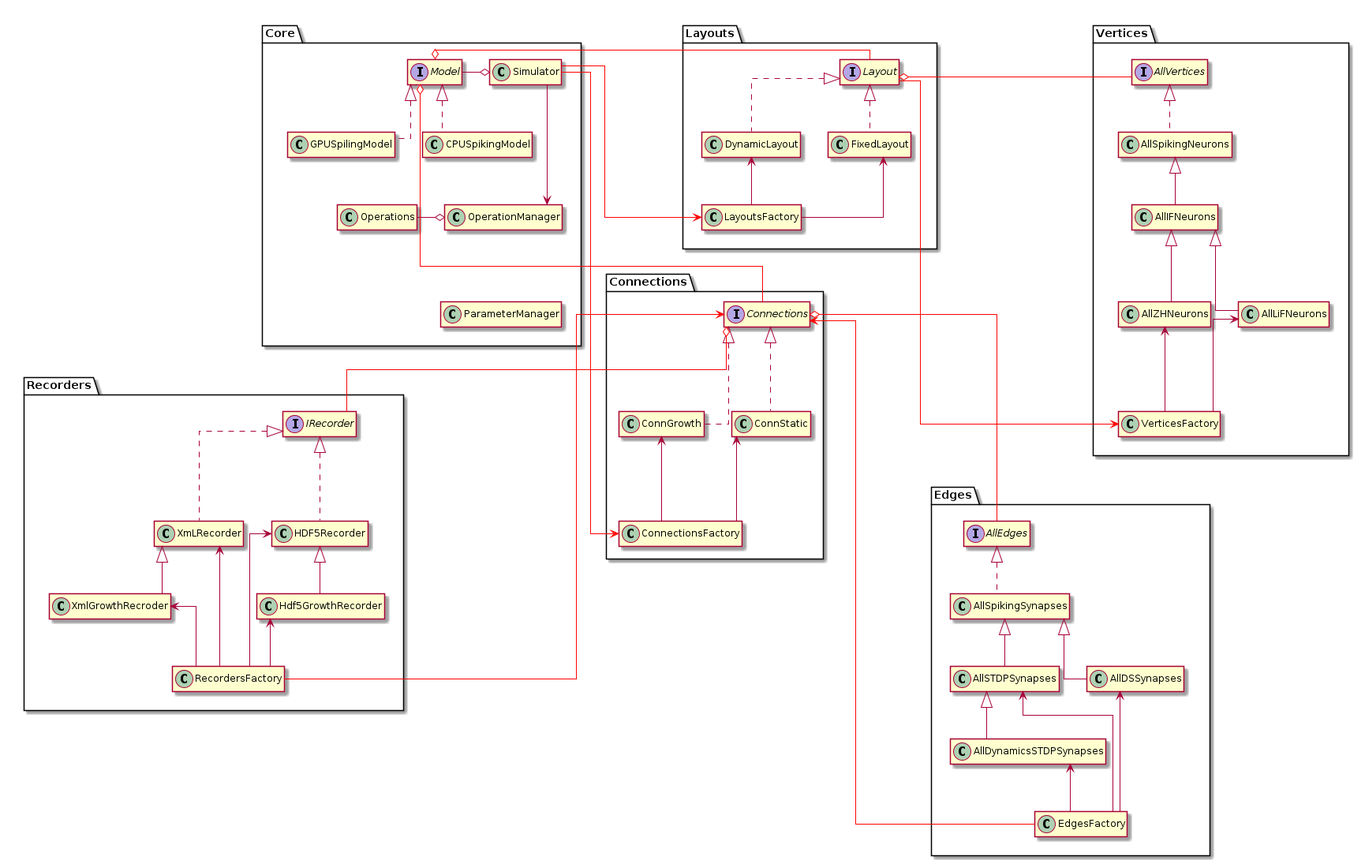
Before: docs/Developer/ClassDiagrams/diagrams/package UML.png, a diagram exported from PlantUML (UWB-Biocomputing/Graphitti).
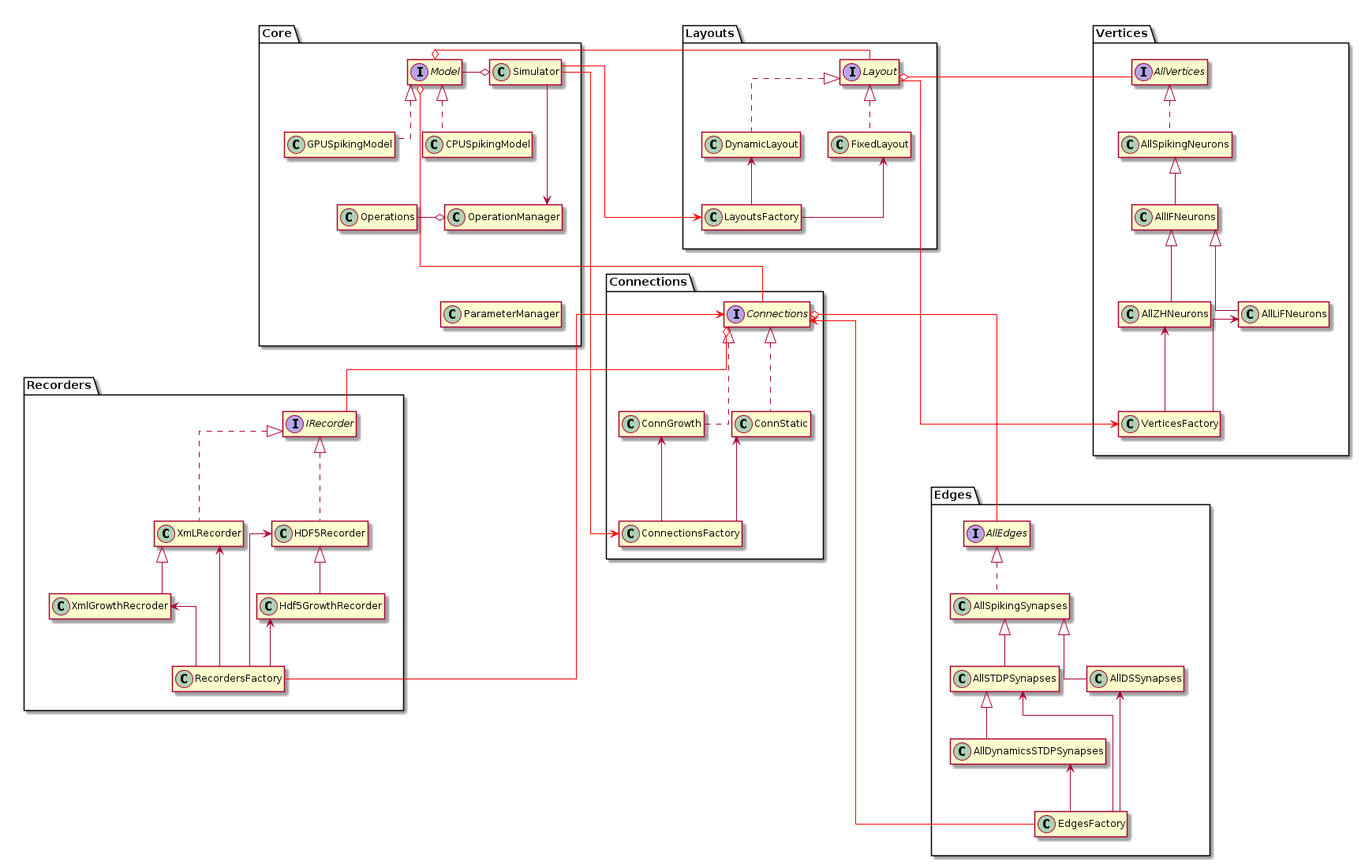
After the change.

Commit message:
Generate SVG and PNG images for PlantUML diagrams

Change to the diagram source:
```diff
@@ -6,7 +6,7 @@
 package Core{
    class Simulator
    class CPUSpikingModel implements Model
-	class GPUSpilingModel implements Model
+	class GPUSpikingModel implements Model
 	class Operations
 	class OperationManager
 	class ParameterManager
@@ -15,9 +15,9 @@
 	Operations -right-o OperationManager
 	Simulator ---> OperationManager
 
-	CPUSpikingModel-[hidden]right>GPUSpilingModel
-	CPUSpikingModel-[hidden]->Operations
-   OperationManager -[hidden]->ParameterManager
+	CPUSpikingModel -[hidden]right> GPUSpikingModel
+	CPUSpikingModel -[hidden]-> Operations
+   OperationManager -[hidden]-> ParameterManager
 }
 
 package Layouts{
@@ -25,7 +25,7 @@
 	class DynamicLayout implements Layout
 	class LayoutsFactory
 	FixedLayout <-- LayoutsFactory
-	DynamicLayout<-- LayoutsFactory
+	DynamicLayout <-- LayoutsFactory
 }
 
 package Vertices{
@@ -34,8 +34,8 @@
 	class AllLiFNeurons extends AllIFNeurons
 	class AllZHNeurons extends AllIFNeurons
 	class VerticesFactory
-	VerticesFactory -up->AllLiFNeurons
-	VerticesFactory -up->AllZHNeurons
+	VerticesFactory -up-> AllLiFNeurons
+	VerticesFactory -up-> AllZHNeurons
 }
 
 package Recorders{
@@ -45,9 +45,9 @@
 	class Hdf5GrowthRecorder extends HDF5Recorder
 	class RecordersFactory
 	XmLRecorder <-- RecordersFactory
-	HDF5Recorder<-- RecordersFactory
-	XmlGrowthRecroder<-- RecordersFactory
-	Hdf5GrowthRecorder<-- RecordersFactory
+	HDF5Recorder <-- RecordersFactory
+	XmlGrowthRecroder <-- RecordersFactory
+	Hdf5GrowthRecorder <-- RecordersFactory
 }
 
 package Connections{
@@ -64,19 +64,19 @@
 	class AllDSSynapses extends AllSpikingSynapses
 	class AllDynamicsSTDPSynapses extends AllSTDPSynapses
 	class EdgesFactory
-	EdgesFactory --up->AllSTDPSynapses
-	EdgesFactory --up->AllDSSynapses
-	EdgesFactory --up>AllDynamicsSTDPSynapses
+	EdgesFactory --up-> AllSTDPSynapses
+	EdgesFactory --up-> AllDSSynapses
+	EdgesFactory --up> AllDynamicsSTDPSynapses
 }
 
 Core -[hidden]right>  Layouts
 Layouts -[hidden]right> Vertices
 Core -[hidden]down---> Recorders
-Layouts -[hidden]down--->Connections
+Layouts -[hidden]down---> Connections
 Vertices -[hidden]down-----> Edges
 
-Simulator -[#red]->LayoutsFactory
-Simulator -[#red]-->ConnectionsFactory
+Simulator -[#red]-> LayoutsFactory
+Simulator -[#red]--> ConnectionsFactory
 Model o-[#red] Layout
 Model o-[#red]-- Connections
 Layout o-[#red] AllVertices
@@ -86,5 +86,4 @@
 Connections o-[#red]- AllEdges
 Connections <-[#red]---- RecordersFactory
 Connections <-[#red]---- EdgesFactory
-
 @enduml
```
